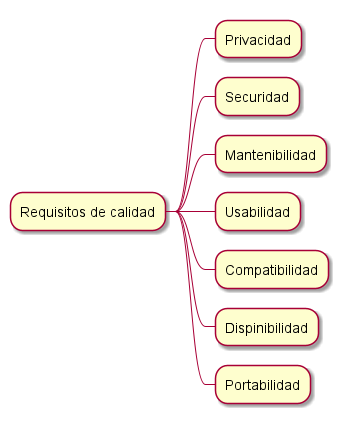
Earlier version of the PlantUML export images/calidad.png (Arquisoft/Arquisoft-dede_es_02b).
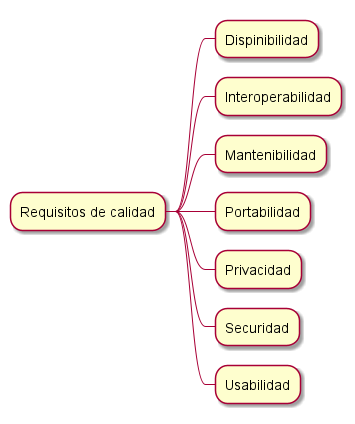
The same diagram one commit later.

Diff of the diagram source:
```diff
@@ -1,12 +1,12 @@
 @startmindmap
 
 * Requisitos de calidad
+** Dispinibilidad
+** Interoperabilidad
+** Mantenibilidad
+** Portabilidad
 ** Privacidad
 ** Securidad
-** Mantenibilidad
 ** Usabilidad
-** Compatibilidad
-** Dispinibilidad
-** Portabilidad
 
 @endmindmap
```
